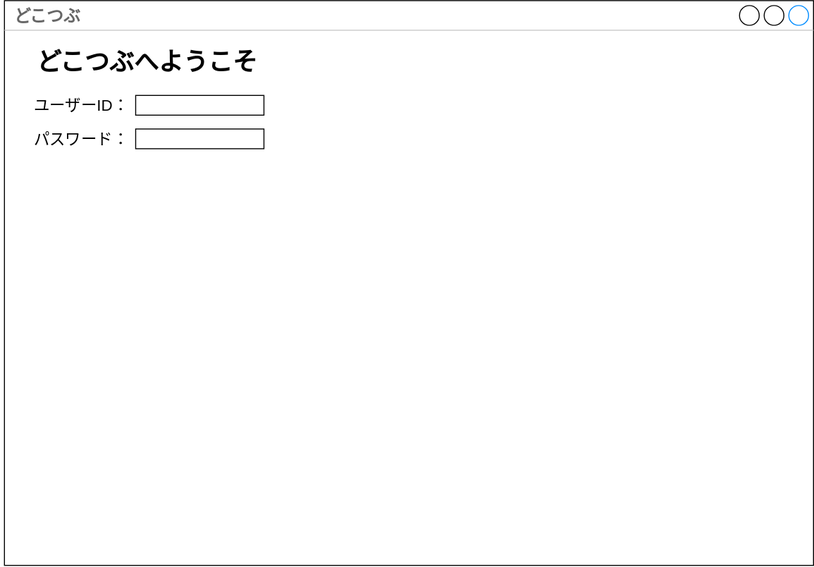
This is 名称未設定ファイル.drawio.svg from MiuOnishi-kc/SampleRepo, a draw.io export, as it was before one commit. Source tidied: cells renumbered, new cells last; positions are measured from the earlier drawing's top-left corner, leaving out a move shared by most shapes.
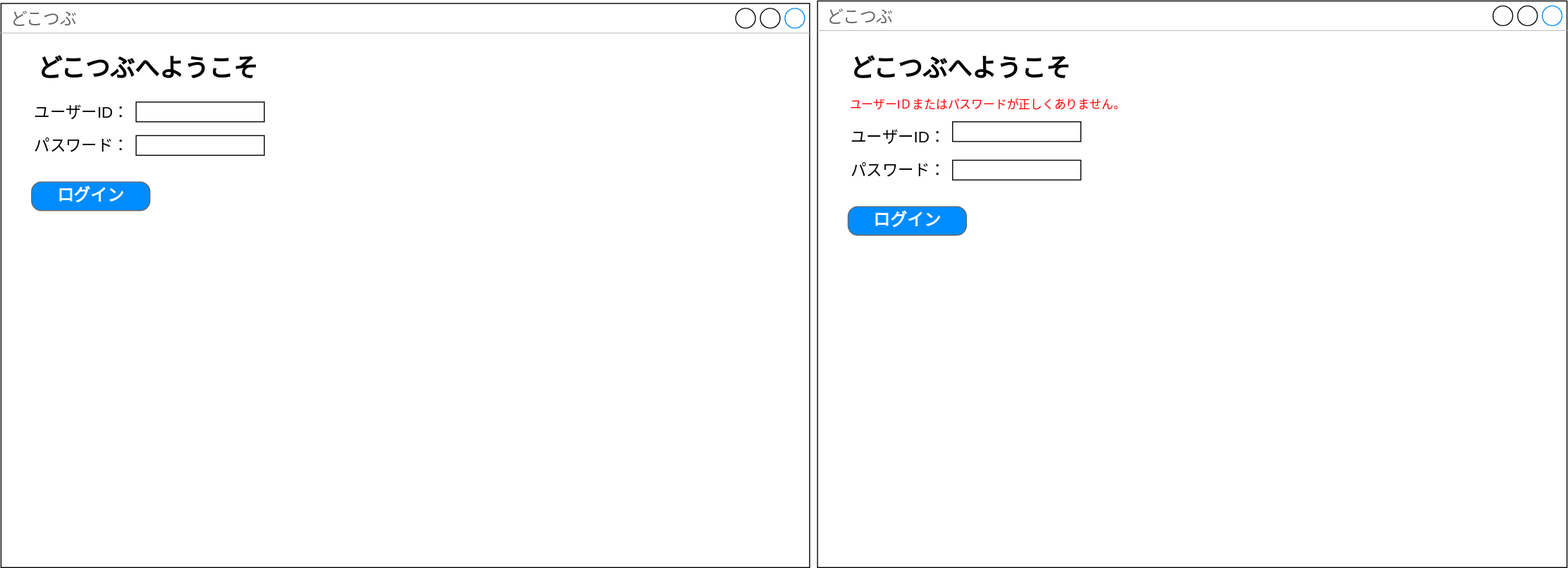
Above is the later version.

Commit message:
名称未設定ファイル.drawio.svg を更新します

Change to the diagram source:
```diff
@@ -2,8 +2,8 @@
   <root>
     <mxCell id="0" />
     <mxCell id="1" parent="0" />
-    <mxCell id="2" value="どこつぶ" style="strokeWidth=1;shadow=0;dashed=0;align=center;html=1;shape=mxgraph.mockup.containers.window;align=left;verticalAlign=top;spacingLeft=8;strokeColor2=#008cff;strokeColor3=#c4c4c4;fontColor=#666666;mainText=;fontSize=17;labelBackgroundColor=none;whiteSpace=wrap;fontStyle=1;" parent="1" vertex="1">
-      <mxGeometry x="4" width="820" height="572" as="geometry" />
+    <mxCell id="2" value="&lt;span style=&quot;font-weight: normal;&quot;&gt;どこつぶ&lt;/span&gt;" style="strokeWidth=1;shadow=0;dashed=0;align=center;html=1;shape=mxgraph.mockup.containers.window;align=left;verticalAlign=top;spacingLeft=8;strokeColor2=#008cff;strokeColor3=#c4c4c4;fontColor=#666666;mainText=;fontSize=17;labelBackgroundColor=none;whiteSpace=wrap;fontStyle=1;" parent="1" vertex="1">
+      <mxGeometry y="-4" width="820" height="572" as="geometry" />
     </mxCell>
     <mxCell id="3" value="どこつぶへようこそ" style="text;strokeColor=none;fillColor=none;html=1;align=center;verticalAlign=middle;whiteSpace=wrap;rounded=0;fontSize=25;fontStyle=1;" parent="1" vertex="1">
       <mxGeometry x="4" y="46" width="290" height="30" as="geometry" />
@@ -20,5 +20,32 @@
     <mxCell id="7" style="rounded=0;whiteSpace=wrap;html=1;" parent="1" vertex="1">
       <mxGeometry x="137" y="130" width="130" height="20" as="geometry" />
     </mxCell>
+    <mxCell id="8" value="ログイン" style="strokeWidth=1;shadow=0;dashed=0;align=center;html=1;shape=mxgraph.mockup.buttons.button;strokeColor=#666666;fontColor=#ffffff;mainText=;buttonStyle=round;fontSize=17;fontStyle=1;fillColor=#008cff;whiteSpace=wrap;" parent="1" vertex="1">
+      <mxGeometry x="31" y="177" width="120" height="29" as="geometry" />
+    </mxCell>
+    <mxCell id="9" value="どこつぶ" style="strokeWidth=1;shadow=0;dashed=0;align=center;html=1;shape=mxgraph.mockup.containers.window;align=left;verticalAlign=top;spacingLeft=8;strokeColor2=#008cff;strokeColor3=#c4c4c4;fontColor=#666666;mainText=;fontSize=17;labelBackgroundColor=none;whiteSpace=wrap;" parent="1" vertex="1">
+      <mxGeometry x="828" y="-6.5" width="760" height="574.5" as="geometry" />
+    </mxCell>
+    <mxCell id="10" value="どこつぶへようこそ" style="text;strokeColor=none;fillColor=none;html=1;align=center;verticalAlign=middle;whiteSpace=wrap;rounded=0;fontSize=25;fontStyle=1;" parent="1" vertex="1">
+      <mxGeometry x="828" y="46" width="290" height="30" as="geometry" />
+    </mxCell>
+    <mxCell id="11" value="ユーザーID：" style="text;strokeColor=none;fillColor=none;html=1;align=center;verticalAlign=middle;whiteSpace=wrap;rounded=0;fontSize=16;" parent="1" vertex="1">
+      <mxGeometry x="828" y="116" width="164" height="30" as="geometry" />
+    </mxCell>
+    <mxCell id="12" value="パスワード：" style="text;strokeColor=none;fillColor=none;html=1;align=center;verticalAlign=middle;whiteSpace=wrap;rounded=0;fontSize=16;" parent="1" vertex="1">
+      <mxGeometry x="828" y="150" width="164" height="30" as="geometry" />
+    </mxCell>
+    <mxCell id="13" style="rounded=0;whiteSpace=wrap;html=1;" parent="1" vertex="1">
+      <mxGeometry x="965" y="155" width="130" height="20" as="geometry" />
+    </mxCell>
+    <mxCell id="14" value="ログイン" style="strokeWidth=1;shadow=0;dashed=0;align=center;html=1;shape=mxgraph.mockup.buttons.button;strokeColor=#666666;fontColor=#ffffff;mainText=;buttonStyle=round;fontSize=17;fontStyle=1;fillColor=#008cff;whiteSpace=wrap;" parent="1" vertex="1">
+      <mxGeometry x="859" y="202" width="120" height="29" as="geometry" />
+    </mxCell>
+    <mxCell id="15" style="rounded=0;whiteSpace=wrap;html=1;" parent="1" vertex="1">
+      <mxGeometry x="965" y="116" width="130" height="20" as="geometry" />
+    </mxCell>
+    <mxCell id="16" value="ユーザーIＤまたはパスワードが正しくありません。" style="text;strokeColor=none;align=left;fillColor=none;html=1;verticalAlign=middle;whiteSpace=wrap;rounded=0;fontColor=#ff0000;" parent="1" vertex="1">
+      <mxGeometry x="859" y="84" width="390" height="30" as="geometry" />
+    </mxCell>
   </root>
 </mxGraphModel>
```
